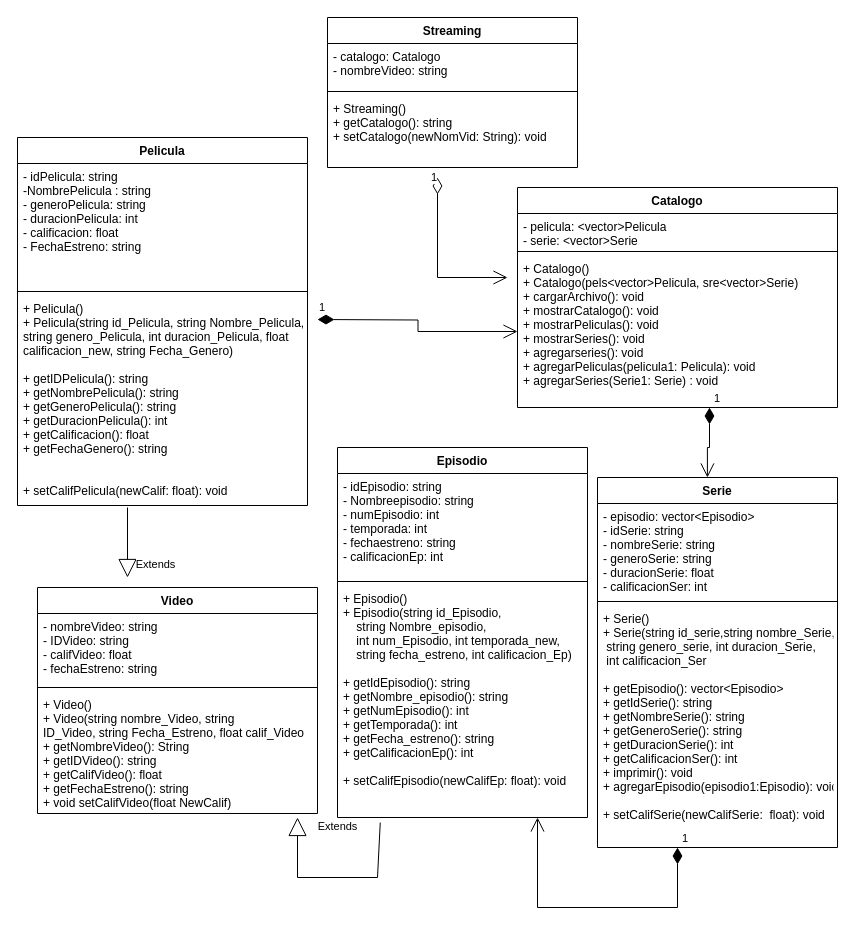
Above: DiagramaHerencia.drawio in FJ22-TC1030/proyectointegrador-a01754574 (draw.io), before the change. Source tidied: cells renumbered, new cells numbered last; positions are measured from the earlier drawing's top-left corner, leaving out a move shared by most shapes. Both pictures are drawn from the tidied source at 100%, with x=0, y=0 at pixel (17, 17).
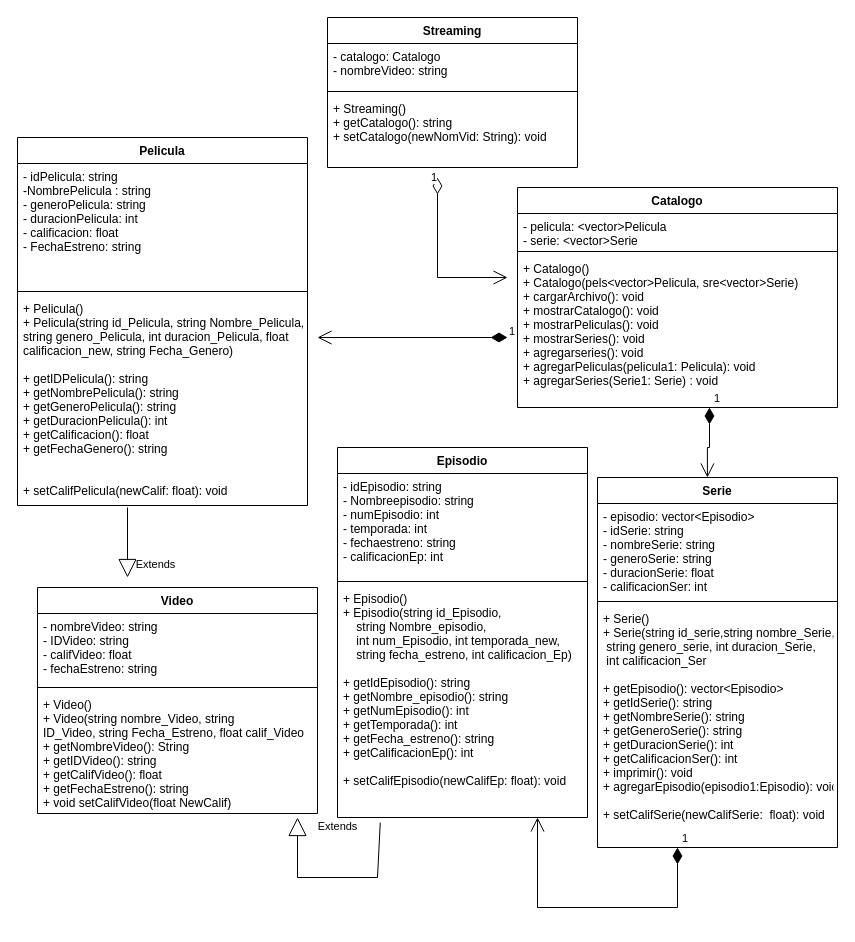
Above is the later version.

Unchanged cells that the change refers to:
```xml
<mxCell id="13" value="+ Catalogo()&#10;+ Catalogo(pels&lt;vector&gt;Pelicula, sre&lt;vector&gt;Serie)&#10;+ cargarArchivo(): void&#10;+ mostrarCatalogo(): void&#10;+ mostrarPeliculas(): void&#10;+ mostrarSeries(): void&#10;+ agregarseries(): void&#10;+ agregarPeliculas(pelicula1: Pelicula): void&#10;+ agregarSeries(Serie1: Serie) : void" style="text;strokeColor=none;fillColor=none;align=left;verticalAlign=top;spacingLeft=4;spacingRight=4;overflow=hidden;points=[[0,0.5],[1,0.5]];portConstraint=eastwest;" parent="10" vertex="1">
  <mxGeometry y="68" width="320" height="152" as="geometry" />
</mxCell>
```

Change to the diagram source:
```diff
@@
-    <mxCell id="27" value="1" style="endArrow=open;html=1;endSize=12;startArrow=diamondThin;startSize=14;startFill=1;edgeStyle=orthogonalEdgeStyle;align=left;verticalAlign=bottom;rounded=0;entryX=0;entryY=0.5;entryDx=0;entryDy=0;" parent="1" edge="1" target="13">
+    <mxCell id="27" value="1" style="endArrow=open;html=1;endSize=12;startArrow=diamondThin;startSize=14;startFill=1;edgeStyle=orthogonalEdgeStyle;align=left;verticalAlign=bottom;rounded=0;" parent="1" edge="1">
       <mxGeometry x="-1" y="3" relative="1" as="geometry">
-        <mxPoint x="300" y="302" as="sourcePoint" />
+        <mxPoint x="490" y="320" as="sourcePoint" />
+        <mxPoint x="300" y="320" as="targetPoint" />
       </mxGeometry>
     </mxCell>
```
